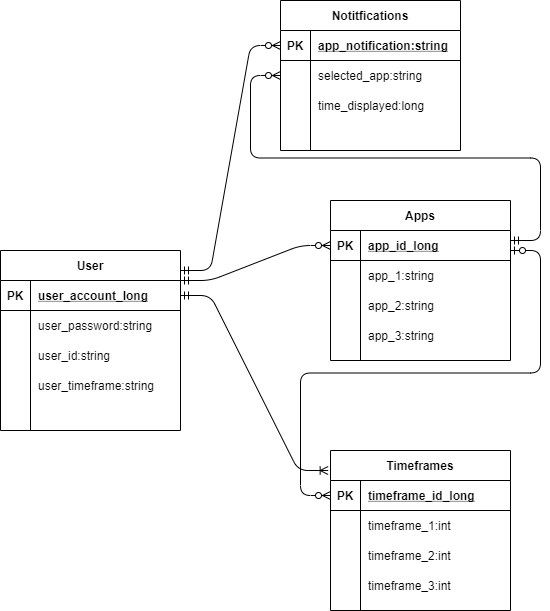
Before: docs/img/erd.png, a diagram exported from draw.io (mmorlang/time-manager). Source tidied: cells renumbered, new cells last; positions are measured from the earlier drawing's top-left corner, leaving out a move shared by most shapes.
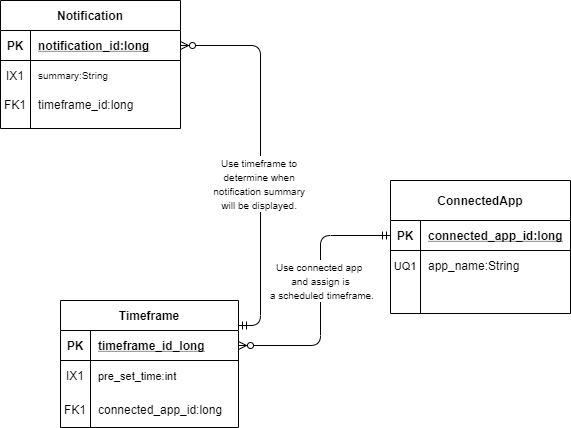
Above is the later version.

Commit message:
Updated Wireframe, ERD diagrams and User stories.

Change to the diagram source:
```diff
@@ -2,184 +2,147 @@
   <root>
     <mxCell id="0" />
     <mxCell id="1" parent="0" />
-    <mxCell id="2" value="Apps" style="shape=table;startSize=30;rowLines=0;fontStyle=1;align=center;" parent="1" vertex="1">
-      <mxGeometry x="330" y="200" width="180" height="160" as="geometry" />
+    <mxCell id="2" value="Timeframe" style="shape=table;startSize=30;rowLines=0;fontStyle=1;align=center;strokeWidth=1;" parent="1" vertex="1">
+      <mxGeometry x="330" y="200" width="178" height="127" as="geometry" />
     </mxCell>
     <mxCell id="3" style="shape=partialRectangle;fillColor=none;top=0;left=0;bottom=1;right=0;points=[[0,0.5],[1,0.5]];portConstraint=eastwest;" parent="2" vertex="1">
-      <mxGeometry y="30" width="180" height="30" as="geometry" />
+      <mxGeometry y="30" width="178" height="30" as="geometry" />
     </mxCell>
     <mxCell id="4" value="PK" style="shape=partialRectangle;fillColor=none;top=0;left=0;bottom=0;right=0;fontStyle=1;overflow=hidden;" parent="3" vertex="1">
       <mxGeometry width="30" height="30" as="geometry" />
     </mxCell>
-    <mxCell id="5" value="app_id_long" style="shape=partialRectangle;fillColor=none;top=0;left=0;bottom=0;right=0;align=left;spacingLeft=6;fontStyle=5;overflow=hidden;" parent="3" vertex="1">
-      <mxGeometry x="30" width="150" height="30" as="geometry" />
+    <mxCell id="5" value="timeframe_id_long" style="shape=partialRectangle;fillColor=none;top=0;left=0;bottom=0;right=0;align=left;spacingLeft=6;fontStyle=5;overflow=hidden;" parent="3" vertex="1">
+      <mxGeometry x="30" width="148" height="30" as="geometry" />
     </mxCell>
     <mxCell id="6" style="shape=partialRectangle;fillColor=none;top=0;left=0;bottom=0;right=0;" parent="2" vertex="1">
-      <mxGeometry y="60" width="180" height="30" as="geometry" />
+      <mxGeometry y="60" width="178" height="30" as="geometry" />
     </mxCell>
-    <mxCell id="7" style="shape=partialRectangle;fillColor=none;top=0;left=0;bottom=0;right=0;overflow=hidden;" parent="6" vertex="1">
+    <mxCell id="7" value="IX1" style="shape=partialRectangle;fillColor=none;top=0;left=0;bottom=0;right=0;overflow=hidden;" parent="6" vertex="1">
       <mxGeometry width="30" height="30" as="geometry" />
     </mxCell>
-    <mxCell id="8" value="app_1:string" style="shape=partialRectangle;fillColor=none;top=0;left=0;bottom=0;right=0;align=left;spacingLeft=6;overflow=hidden;" parent="6" vertex="1">
-      <mxGeometry x="30" width="150" height="30" as="geometry" />
+    <mxCell id="8" value="pre_set_time:int" style="shape=partialRectangle;fillColor=none;top=0;left=0;bottom=0;right=0;align=left;spacingLeft=6;overflow=hidden;fontSize=11;" parent="6" vertex="1">
+      <mxGeometry x="30" width="148" height="30" as="geometry" />
     </mxCell>
     <mxCell id="9" style="shape=partialRectangle;fillColor=none;top=0;left=0;bottom=0;right=0;" parent="2" vertex="1">
-      <mxGeometry y="90" width="180" height="30" as="geometry" />
+      <mxGeometry y="90" width="178" height="4" as="geometry" />
     </mxCell>
     <mxCell id="10" style="shape=partialRectangle;fillColor=none;top=0;left=0;bottom=0;right=0;overflow=hidden;" parent="9" vertex="1">
-      <mxGeometry width="30" height="30" as="geometry" />
+      <mxGeometry width="30" height="4" as="geometry" />
     </mxCell>
-    <mxCell id="11" value="app_2:string" style="shape=partialRectangle;fillColor=none;top=0;left=0;bottom=0;right=0;align=left;spacingLeft=6;overflow=hidden;" parent="9" vertex="1">
-      <mxGeometry x="30" width="150" height="30" as="geometry" />
+    <mxCell id="11" style="shape=partialRectangle;fillColor=none;top=0;left=0;bottom=0;right=0;align=left;spacingLeft=6;overflow=hidden;" parent="9" vertex="1">
+      <mxGeometry x="30" width="148" height="4" as="geometry" />
     </mxCell>
     <mxCell id="12" style="shape=partialRectangle;fillColor=none;top=0;left=0;bottom=0;right=0;" parent="2" vertex="1">
-      <mxGeometry y="120" width="180" height="30" as="geometry" />
+      <mxGeometry y="94" width="178" height="29" as="geometry" />
     </mxCell>
-    <mxCell id="13" style="shape=partialRectangle;fillColor=none;top=0;left=0;bottom=0;right=0;overflow=hidden;" parent="12" vertex="1">
-      <mxGeometry width="30" height="30" as="geometry" />
+    <mxCell id="13" value="FK1" style="shape=partialRectangle;fillColor=none;top=0;left=0;bottom=0;right=0;overflow=hidden;" parent="12" vertex="1">
+      <mxGeometry width="30" height="29" as="geometry" />
     </mxCell>
-    <mxCell id="14" value="app_3:string" style="shape=partialRectangle;fillColor=none;top=0;left=0;bottom=0;right=0;align=left;spacingLeft=6;overflow=hidden;" parent="12" vertex="1">
-      <mxGeometry x="30" width="150" height="30" as="geometry" />
+    <mxCell id="14" value="connected_app_id:long" style="shape=partialRectangle;fillColor=none;top=0;left=0;bottom=0;right=0;align=left;spacingLeft=6;overflow=hidden;" parent="12" vertex="1">
+      <mxGeometry x="30" width="148" height="29" as="geometry" />
     </mxCell>
-    <mxCell id="15" value="User" style="shape=table;startSize=30;rowLines=0;fontStyle=1;align=center;" parent="1" vertex="1">
-      <mxGeometry y="250" width="180" height="180" as="geometry" />
+    <mxCell id="15" style="shape=partialRectangle;fillColor=none;top=0;left=0;bottom=0;right=0;" parent="2" vertex="1">
+      <mxGeometry y="123" width="178" height="4" as="geometry" />
     </mxCell>
-    <mxCell id="16" style="shape=partialRectangle;fillColor=none;top=0;left=0;bottom=1;right=0;points=[[0,0.5],[1,0.5]];portConstraint=eastwest;" parent="15" vertex="1">
-      <mxGeometry y="30" width="180" height="30" as="geometry" />
+    <mxCell id="16" style="shape=partialRectangle;fillColor=none;top=0;left=0;bottom=0;right=0;overflow=hidden;" parent="15" vertex="1">
+      <mxGeometry width="30" height="4" as="geometry" />
     </mxCell>
-    <mxCell id="17" value="PK" style="shape=partialRectangle;fillColor=none;top=0;left=0;bottom=0;right=0;fontStyle=1;overflow=hidden;" parent="16" vertex="1">
-      <mxGeometry width="30" height="30" as="geometry" />
+    <mxCell id="17" style="shape=partialRectangle;fillColor=none;top=0;left=0;bottom=0;right=0;align=left;spacingLeft=6;overflow=hidden;" parent="15" vertex="1">
+      <mxGeometry x="30" width="148" height="4" as="geometry" />
     </mxCell>
-    <mxCell id="18" value="user_account_long" style="shape=partialRectangle;fillColor=none;top=0;left=0;bottom=0;right=0;align=left;spacingLeft=6;fontStyle=5;overflow=hidden;" parent="16" vertex="1">
-      <mxGeometry x="30" width="150" height="30" as="geometry" />
+    <mxCell id="18" value="&lt;font size=&quot;1&quot;&gt;Use connected app &lt;br&gt;and assign is&lt;br&gt;&amp;nbsp;a scheduled timeframe.&lt;/font&gt;" style="edgeStyle=elbowEdgeStyle;fontSize=12;html=1;endArrow=ERzeroToMany;startArrow=ERmandOne;entryX=1;entryY=0.5;entryDx=0;entryDy=0;exitX=0;exitY=0.5;exitDx=0;exitDy=0;" parent="1" edge="1" source="21" target="3">
+      <mxGeometry x="-0.12" relative="1" as="geometry">
+        <Array as="points">
+          <mxPoint x="590" y="200" />
+        </Array>
+      </mxGeometry>
     </mxCell>
-    <mxCell id="19" style="shape=partialRectangle;fillColor=none;top=0;left=0;bottom=0;right=0;" parent="15" vertex="1">
-      <mxGeometry y="60" width="180" height="30" as="geometry" />
+    <mxCell id="19" value="&lt;font size=&quot;1&quot;&gt;Use timeframe to &lt;br&gt;determine when&amp;nbsp;&lt;br&gt;notification summary &lt;br&gt;will be displayed.&amp;nbsp;&lt;/font&gt;" style="edgeStyle=orthogonalEdgeStyle;fontSize=12;html=1;endArrow=ERzeroToMany;startArrow=ERmandOne;entryX=1;entryY=0.5;entryDx=0;entryDy=0;" parent="1" edge="1" target="37">
+      <mxGeometry x="-0.14" relative="1" as="geometry">
+        <mxPoint x="508" y="225" as="sourcePoint" />
+        <Array as="points">
+          <mxPoint x="530" y="225" />
+          <mxPoint x="530" y="-55" />
+        </Array>
+      </mxGeometry>
     </mxCell>
-    <mxCell id="20" style="shape=partialRectangle;fillColor=none;top=0;left=0;bottom=0;right=0;overflow=hidden;" parent="19" vertex="1">
-      <mxGeometry width="30" height="30" as="geometry" />
+    <mxCell id="20" value="ConnectedApp" style="shape=table;startSize=40;rowLines=0;fontStyle=1;align=center;" parent="1" vertex="1">
+      <mxGeometry x="660" y="80" width="180" height="133" as="geometry" />
     </mxCell>
-    <mxCell id="21" value="user_password:string" style="shape=partialRectangle;fillColor=none;top=0;left=0;bottom=0;right=0;align=left;spacingLeft=6;overflow=hidden;" parent="19" vertex="1">
-      <mxGeometry x="30" width="150" height="30" as="geometry" />
+    <mxCell id="21" style="shape=partialRectangle;fillColor=none;top=0;left=0;bottom=1;right=0;points=[[0,0.5],[1,0.5]];portConstraint=eastwest;" parent="20" vertex="1">
+      <mxGeometry y="40" width="180" height="30" as="geometry" />
     </mxCell>
-    <mxCell id="22" style="shape=partialRectangle;fillColor=none;top=0;left=0;bottom=0;right=0;" parent="15" vertex="1">
-      <mxGeometry y="90" width="180" height="30" as="geometry" />
+    <mxCell id="22" value="PK" style="shape=partialRectangle;fillColor=none;top=0;left=0;bottom=0;right=0;fontStyle=1;overflow=hidden;" parent="21" vertex="1">
+      <mxGeometry width="30" height="30" as="geometry" />
     </mxCell>
-    <mxCell id="23" style="shape=partialRectangle;fillColor=none;top=0;left=0;bottom=0;right=0;overflow=hidden;" parent="22" vertex="1">
-      <mxGeometry width="30" height="30" as="geometry" />
+    <mxCell id="23" value="connected_app_id:long" style="shape=partialRectangle;fillColor=none;top=0;left=0;bottom=0;right=0;align=left;spacingLeft=6;fontStyle=5;overflow=hidden;" parent="21" vertex="1">
+      <mxGeometry x="30" width="150" height="30" as="geometry" />
     </mxCell>
-    <mxCell id="24" value="user_id:string" style="shape=partialRectangle;fillColor=none;top=0;left=0;bottom=0;right=0;align=left;spacingLeft=6;overflow=hidden;" parent="22" vertex="1">
-      <mxGeometry x="30" width="150" height="30" as="geometry" />
+    <mxCell id="24" style="shape=partialRectangle;fillColor=none;top=0;left=0;bottom=0;right=0;" parent="20" vertex="1">
+      <mxGeometry y="70" width="180" height="30" as="geometry" />
     </mxCell>
-    <mxCell id="25" style="shape=partialRectangle;fillColor=none;top=0;left=0;bottom=0;right=0;" parent="15" vertex="1">
-      <mxGeometry y="120" width="180" height="30" as="geometry" />
+    <mxCell id="25" value="UQ1" style="shape=partialRectangle;fillColor=none;top=0;left=0;bottom=0;right=0;overflow=hidden;fontSize=11;" parent="24" vertex="1">
+      <mxGeometry width="30" height="30" as="geometry" />
     </mxCell>
-    <mxCell id="26" style="shape=partialRectangle;fillColor=none;top=0;left=0;bottom=0;right=0;overflow=hidden;" parent="25" vertex="1">
-      <mxGeometry width="30" height="30" as="geometry" />
+    <mxCell id="26" value="app_name:String" style="shape=partialRectangle;fillColor=none;top=0;left=0;bottom=0;right=0;align=left;spacingLeft=6;overflow=hidden;" parent="24" vertex="1">
+      <mxGeometry x="30" width="150" height="30" as="geometry" />
     </mxCell>
-    <mxCell id="27" value="user_timeframe:string" style="shape=partialRectangle;fillColor=none;top=0;left=0;bottom=0;right=0;align=left;spacingLeft=6;overflow=hidden;" parent="25" vertex="1">
-      <mxGeometry x="30" width="150" height="30" as="geometry" />
+    <mxCell id="27" style="shape=partialRectangle;fillColor=none;top=0;left=0;bottom=0;right=0;" parent="20" vertex="1">
+      <mxGeometry y="100" width="180" height="4" as="geometry" />
     </mxCell>
-    <mxCell id="28" value="Timeframes" style="shape=table;startSize=30;rowLines=0;fontStyle=1;align=center;" parent="1" vertex="1">
-      <mxGeometry x="330" y="450" width="180" height="160" as="geometry" />
+    <mxCell id="28" style="shape=partialRectangle;fillColor=none;top=0;left=0;bottom=0;right=0;overflow=hidden;" parent="27" vertex="1">
+      <mxGeometry width="30" height="4" as="geometry" />
     </mxCell>
-    <mxCell id="29" style="shape=partialRectangle;fillColor=none;top=0;left=0;bottom=1;right=0;points=[[0,0.5],[1,0.5]];portConstraint=eastwest;" parent="28" vertex="1">
-      <mxGeometry y="30" width="180" height="30" as="geometry" />
+    <mxCell id="29" style="shape=partialRectangle;fillColor=none;top=0;left=0;bottom=0;right=0;align=left;spacingLeft=6;overflow=hidden;" parent="27" vertex="1">
+      <mxGeometry x="30" width="150" height="4" as="geometry" />
     </mxCell>
-    <mxCell id="30" value="PK" style="shape=partialRectangle;fillColor=none;top=0;left=0;bottom=0;right=0;fontStyle=1;overflow=hidden;" parent="29" vertex="1">
-      <mxGeometry width="30" height="30" as="geometry" />
+    <mxCell id="30" style="shape=partialRectangle;fillColor=none;top=0;left=0;bottom=0;right=0;" parent="20" vertex="1">
+      <mxGeometry y="104" width="180" height="26" as="geometry" />
     </mxCell>
-    <mxCell id="31" value="timeframe_id_long" style="shape=partialRectangle;fillColor=none;top=0;left=0;bottom=0;right=0;align=left;spacingLeft=6;fontStyle=5;overflow=hidden;" parent="29" vertex="1">
-      <mxGeometry x="30" width="150" height="30" as="geometry" />
+    <mxCell id="31" style="shape=partialRectangle;fillColor=none;top=0;left=0;bottom=0;right=0;overflow=hidden;" parent="30" vertex="1">
+      <mxGeometry width="30" height="26" as="geometry" />
     </mxCell>
-    <mxCell id="32" style="shape=partialRectangle;fillColor=none;top=0;left=0;bottom=0;right=0;" parent="28" vertex="1">
-      <mxGeometry y="60" width="180" height="30" as="geometry" />
+    <mxCell id="32" style="shape=partialRectangle;fillColor=none;top=0;left=0;bottom=0;right=0;align=left;spacingLeft=6;overflow=hidden;" parent="30" vertex="1">
+      <mxGeometry x="30" width="150" height="26" as="geometry" />
     </mxCell>
-    <mxCell id="33" style="shape=partialRectangle;fillColor=none;top=0;left=0;bottom=0;right=0;overflow=hidden;" parent="32" vertex="1">
-      <mxGeometry width="30" height="30" as="geometry" />
+    <mxCell id="33" style="shape=partialRectangle;fillColor=none;top=0;left=0;bottom=0;right=0;" parent="20" vertex="1">
+      <mxGeometry y="130" width="180" height="3" as="geometry" />
     </mxCell>
-    <mxCell id="34" value="timeframe_1:int" style="shape=partialRectangle;fillColor=none;top=0;left=0;bottom=0;right=0;align=left;spacingLeft=6;overflow=hidden;" parent="32" vertex="1">
-      <mxGeometry x="30" width="150" height="30" as="geometry" />
+    <mxCell id="34" style="shape=partialRectangle;fillColor=none;top=0;left=0;bottom=0;right=0;overflow=hidden;" parent="33" vertex="1">
+      <mxGeometry width="30" height="3" as="geometry" />
     </mxCell>
-    <mxCell id="35" style="shape=partialRectangle;fillColor=none;top=0;left=0;bottom=0;right=0;" parent="28" vertex="1">
-      <mxGeometry y="90" width="180" height="30" as="geometry" />
+    <mxCell id="35" style="shape=partialRectangle;fillColor=none;top=0;left=0;bottom=0;right=0;align=left;spacingLeft=6;overflow=hidden;" parent="33" vertex="1">
+      <mxGeometry x="30" width="150" height="3" as="geometry" />
     </mxCell>
-    <mxCell id="36" style="shape=partialRectangle;fillColor=none;top=0;left=0;bottom=0;right=0;overflow=hidden;" parent="35" vertex="1">
-      <mxGeometry width="30" height="30" as="geometry" />
+    <mxCell id="36" value="Notification" style="shape=table;startSize=30;rowLines=0;fontStyle=1;align=center;" parent="1" vertex="1">
+      <mxGeometry x="270" y="-100" width="180" height="128" as="geometry" />
     </mxCell>
-    <mxCell id="37" value="timeframe_2:int" style="shape=partialRectangle;fillColor=none;top=0;left=0;bottom=0;right=0;align=left;spacingLeft=6;overflow=hidden;" parent="35" vertex="1">
-      <mxGeometry x="30" width="150" height="30" as="geometry" />
+    <mxCell id="37" style="shape=partialRectangle;fillColor=none;top=0;left=0;bottom=1;right=0;points=[[0,0.5],[1,0.5]];portConstraint=eastwest;" parent="36" vertex="1">
+      <mxGeometry y="30" width="180" height="30" as="geometry" />
     </mxCell>
-    <mxCell id="38" style="shape=partialRectangle;fillColor=none;top=0;left=0;bottom=0;right=0;" parent="28" vertex="1">
-      <mxGeometry y="120" width="180" height="30" as="geometry" />
+    <mxCell id="38" value="PK" style="shape=partialRectangle;fillColor=none;top=0;left=0;bottom=0;right=0;fontStyle=1;overflow=hidden;" parent="37" vertex="1">
+      <mxGeometry width="30" height="30" as="geometry" />
     </mxCell>
-    <mxCell id="39" style="shape=partialRectangle;fillColor=none;top=0;left=0;bottom=0;right=0;overflow=hidden;" parent="38" vertex="1">
-      <mxGeometry width="30" height="30" as="geometry" />
+    <mxCell id="39" value="notification_id:long" style="shape=partialRectangle;fillColor=none;top=0;left=0;bottom=0;right=0;align=left;spacingLeft=6;fontStyle=5;overflow=hidden;" parent="37" vertex="1">
+      <mxGeometry x="30" width="150" height="30" as="geometry" />
     </mxCell>
-    <mxCell id="40" value="timeframe_3:int" style="shape=partialRectangle;fillColor=none;top=0;left=0;bottom=0;right=0;align=left;spacingLeft=6;overflow=hidden;" parent="38" vertex="1">
-      <mxGeometry x="30" width="150" height="30" as="geometry" />
+    <mxCell id="40" style="shape=partialRectangle;fillColor=none;top=0;left=0;bottom=0;right=0;" parent="36" vertex="1">
+      <mxGeometry y="60" width="180" height="30" as="geometry" />
     </mxCell>
-    <mxCell id="41" style="edgeStyle=entityRelationEdgeStyle;fontSize=12;html=1;endArrow=ERoneToMany;startArrow=ERmandOne;entryX=-0.013;entryY=0.125;entryDx=0;entryDy=0;entryPerimeter=0;exitX=1;exitY=0.5;exitDx=0;exitDy=0;" parent="1" edge="1" source="16" target="28">
-      <mxGeometry relative="1" as="geometry" />
+    <mxCell id="41" value="IX1" style="shape=partialRectangle;fillColor=none;top=0;left=0;bottom=0;right=0;overflow=hidden;" parent="40" vertex="1">
+      <mxGeometry width="30" height="30" as="geometry" />
     </mxCell>
-    <mxCell id="42" style="edgeStyle=entityRelationEdgeStyle;fontSize=12;html=1;endArrow=ERzeroToMany;startArrow=ERmandOne;entryX=0;entryY=0.5;entryDx=0;entryDy=0;" parent="1" edge="1" target="3">
-      <mxGeometry relative="1" as="geometry">
-        <mxPoint x="180" y="280" as="sourcePoint" />
-      </mxGeometry>
+    <mxCell id="42" value="summary:String" style="shape=partialRectangle;fillColor=none;top=0;left=0;bottom=0;right=0;align=left;spacingLeft=6;overflow=hidden;fontSize=10;" parent="40" vertex="1">
+      <mxGeometry x="30" width="150" height="30" as="geometry" />
     </mxCell>
-    <mxCell id="43" style="edgeStyle=entityRelationEdgeStyle;fontSize=12;html=1;endArrow=ERzeroToMany;startArrow=ERzeroToOne;entryX=0;entryY=0.5;entryDx=0;entryDy=0;" parent="1" edge="1" target="29">
-      <mxGeometry relative="1" as="geometry">
-        <mxPoint x="510" y="250" as="sourcePoint" />
-      </mxGeometry>
+    <mxCell id="43" style="shape=partialRectangle;fillColor=none;top=0;left=0;bottom=0;right=0;" parent="36" vertex="1">
+      <mxGeometry y="90" width="180" height="28" as="geometry" />
     </mxCell>
-    <mxCell id="44" style="edgeStyle=entityRelationEdgeStyle;fontSize=12;html=1;endArrow=ERzeroToMany;startArrow=ERmandOne;entryX=0;entryY=0.5;entryDx=0;entryDy=0;" parent="1" edge="1" target="46">
-      <mxGeometry relative="1" as="geometry">
-        <mxPoint x="180" y="270" as="sourcePoint" />
-      </mxGeometry>
+    <mxCell id="44" value="FK1" style="shape=partialRectangle;fillColor=none;top=0;left=0;bottom=0;right=0;overflow=hidden;" parent="43" vertex="1">
+      <mxGeometry width="30" height="28" as="geometry" />
     </mxCell>
-    <mxCell id="45" value="Notitfications" style="shape=table;startSize=30;rowLines=0;fontStyle=1;align=center;" parent="1" vertex="1">
-      <mxGeometry x="280" width="180" height="150" as="geometry" />
+    <mxCell id="45" value="timeframe_id:long" style="shape=partialRectangle;fillColor=none;top=0;left=0;bottom=0;right=0;align=left;spacingLeft=6;overflow=hidden;" parent="43" vertex="1">
+      <mxGeometry x="30" width="150" height="28" as="geometry" />
     </mxCell>
-    <mxCell id="46" style="shape=partialRectangle;fillColor=none;top=0;left=0;bottom=1;right=0;points=[[0,0.5],[1,0.5]];portConstraint=eastwest;" parent="45" vertex="1">
-      <mxGeometry y="30" width="180" height="30" as="geometry" />
-    </mxCell>
-    <mxCell id="47" value="PK" style="shape=partialRectangle;fillColor=none;top=0;left=0;bottom=0;right=0;fontStyle=1;overflow=hidden;" parent="46" vertex="1">
-      <mxGeometry width="30" height="30" as="geometry" />
-    </mxCell>
-    <mxCell id="48" value="app_notification:string" style="shape=partialRectangle;fillColor=none;top=0;left=0;bottom=0;right=0;align=left;spacingLeft=6;fontStyle=5;overflow=hidden;" parent="46" vertex="1">
-      <mxGeometry x="30" width="150" height="30" as="geometry" />
-    </mxCell>
-    <mxCell id="49" style="shape=partialRectangle;fillColor=none;top=0;left=0;bottom=0;right=0;points=[[0,0.5],[1,0.5]];portConstraint=eastwest;" parent="45" vertex="1">
-      <mxGeometry y="60" width="180" height="30" as="geometry" />
-    </mxCell>
-    <mxCell id="50" style="shape=partialRectangle;fillColor=none;top=0;left=0;bottom=0;right=0;overflow=hidden;" parent="49" vertex="1">
-      <mxGeometry width="30" height="30" as="geometry" />
-    </mxCell>
-    <mxCell id="51" value="selected_app:string" style="shape=partialRectangle;fillColor=none;top=0;left=0;bottom=0;right=0;align=left;spacingLeft=6;overflow=hidden;" parent="49" vertex="1">
-      <mxGeometry x="30" width="150" height="30" as="geometry" />
-    </mxCell>
-    <mxCell id="52" style="shape=partialRectangle;fillColor=none;top=0;left=0;bottom=0;right=0;" parent="45" vertex="1">
-      <mxGeometry y="90" width="180" height="30" as="geometry" />
-    </mxCell>
-    <mxCell id="53" style="shape=partialRectangle;fillColor=none;top=0;left=0;bottom=0;right=0;overflow=hidden;" parent="52" vertex="1">
-      <mxGeometry width="30" height="30" as="geometry" />
-    </mxCell>
-    <mxCell id="54" value="time_displayed:long" style="shape=partialRectangle;fillColor=none;top=0;left=0;bottom=0;right=0;align=left;spacingLeft=6;overflow=hidden;" parent="52" vertex="1">
-      <mxGeometry x="30" width="150" height="30" as="geometry" />
-    </mxCell>
-    <mxCell id="55" style="shape=partialRectangle;fillColor=none;top=0;left=0;bottom=0;right=0;" parent="45" vertex="1">
-      <mxGeometry y="120" width="180" height="30" as="geometry" />
-    </mxCell>
-    <mxCell id="56" style="shape=partialRectangle;fillColor=none;top=0;left=0;bottom=0;right=0;overflow=hidden;" parent="55" vertex="1">
-      <mxGeometry width="30" height="30" as="geometry" />
-    </mxCell>
-    <mxCell id="57" style="shape=partialRectangle;fillColor=none;top=0;left=0;bottom=0;right=0;align=left;spacingLeft=6;overflow=hidden;" parent="55" vertex="1">
-      <mxGeometry x="30" width="150" height="30" as="geometry" />
-    </mxCell>
-    <mxCell id="58" style="edgeStyle=entityRelationEdgeStyle;fontSize=12;html=1;endArrow=ERzeroToMany;startArrow=ERmandOne;entryX=0;entryY=0.5;entryDx=0;entryDy=0;" parent="1" edge="1" target="49">
-      <mxGeometry relative="1" as="geometry">
-        <mxPoint x="510" y="240" as="sourcePoint" />
-      </mxGeometry>
-    </mxCell>
   </root>
 </mxGraphModel>
```
